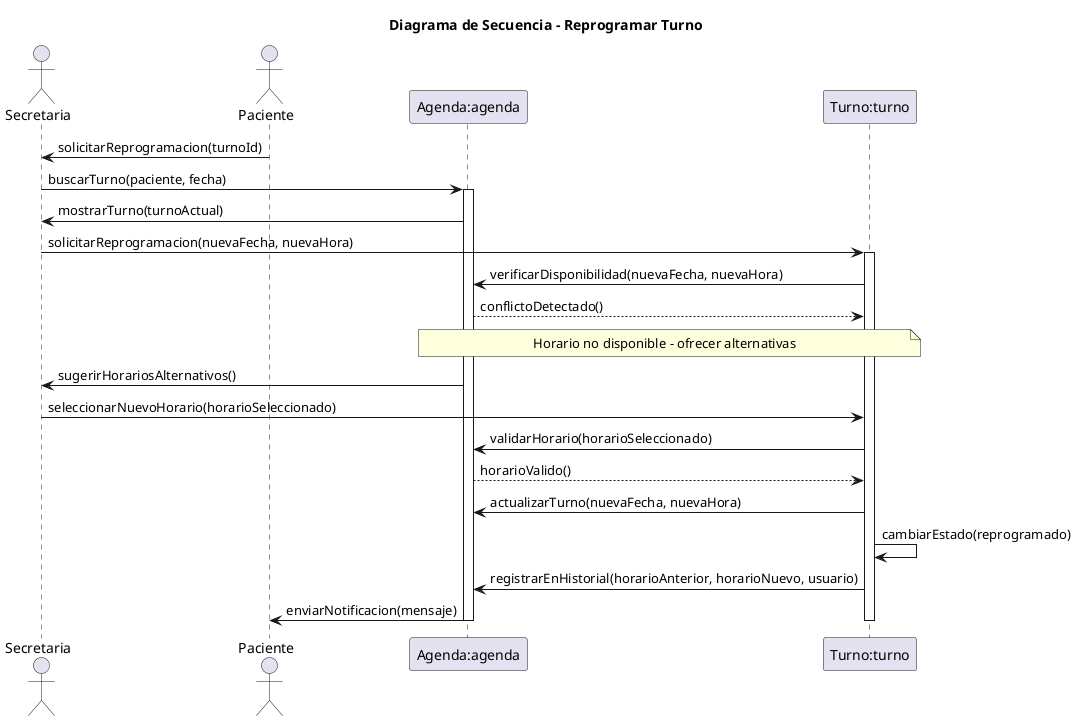
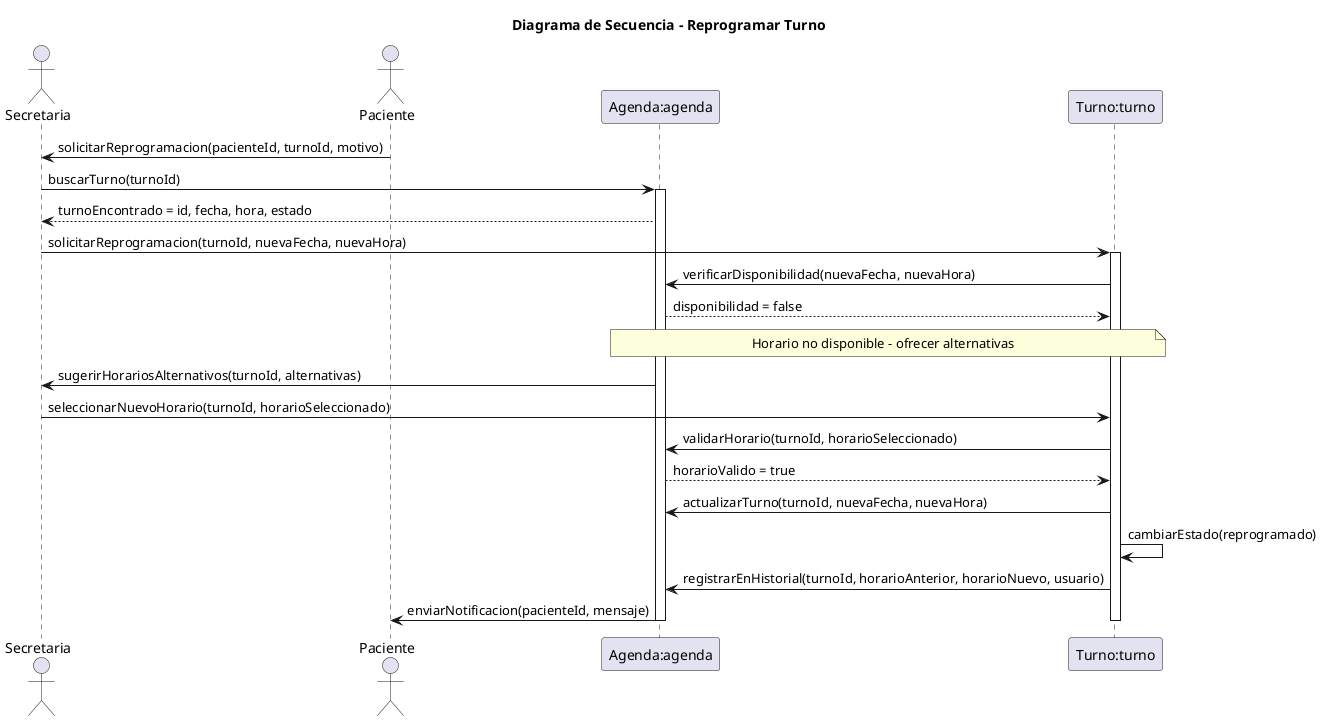
@startuml
title Diagrama de Secuencia - Reprogramar Turno
' Nombre del escenario: Reprogramar Turno - Flujo Alterno
' Archivo: diagramas/03-escenarios-casos-de-uso/03-reprogramar-turno-flujo-alterno.md
' Objetivo: Representar la reprogramación de un turno por conflicto de horario, involucrando secretaria, paciente y sistema, basado en responsabilidades de CRC (Secretaria gestiona turnos, Turno reprograma, Agenda verifica disponibilidad).

actor Secretaria as victoria
actor Paciente as maria
participant "Agenda:agenda" as agenda
participant "Turno:turno" as turno

- maria -> victoria: solicitarReprogramacion(turnoId)
+ maria -> victoria: solicitarReprogramacion(pacienteId, turnoId, motivo)

- victoria -> agenda: buscarTurno(paciente, fecha)
+ victoria -> agenda: buscarTurno(turnoId)
activate agenda

- agenda -> victoria: mostrarTurno(turnoActual)
+ agenda --> victoria: turnoEncontrado = id, fecha, hora, estado

- victoria -> turno: solicitarReprogramacion(nuevaFecha, nuevaHora)
+ victoria -> turno: solicitarReprogramacion(turnoId, nuevaFecha, nuevaHora)
activate turno

turno -> agenda: verificarDisponibilidad(nuevaFecha, nuevaHora)
- agenda --> turno: conflictoDetectado()
+ agenda --> turno: disponibilidad = false
note over agenda, turno : Horario no disponible - ofrecer alternativas

- agenda -> victoria: sugerirHorariosAlternativos()
- victoria -> turno: seleccionarNuevoHorario(horarioSeleccionado)
+ agenda -> victoria: sugerirHorariosAlternativos(turnoId, alternativas)
+ victoria -> turno: seleccionarNuevoHorario(turnoId, horarioSeleccionado)

- turno -> agenda: validarHorario(horarioSeleccionado)
- agenda --> turno: horarioValido()
- turno -> agenda: actualizarTurno(nuevaFecha, nuevaHora)
+ turno -> agenda: validarHorario(turnoId, horarioSeleccionado)
+ agenda --> turno: horarioValido = true
+ turno -> agenda: actualizarTurno(turnoId, nuevaFecha, nuevaHora)
turno -> turno: cambiarEstado(reprogramado)
- turno -> agenda: registrarEnHistorial(horarioAnterior, horarioNuevo, usuario)
+ turno -> agenda: registrarEnHistorial(turnoId, horarioAnterior, horarioNuevo, usuario)

- agenda -> maria: enviarNotificacion(mensaje)
+ agenda -> maria: enviarNotificacion(pacienteId, mensaje)

deactivate turno
deactivate agenda
@enduml